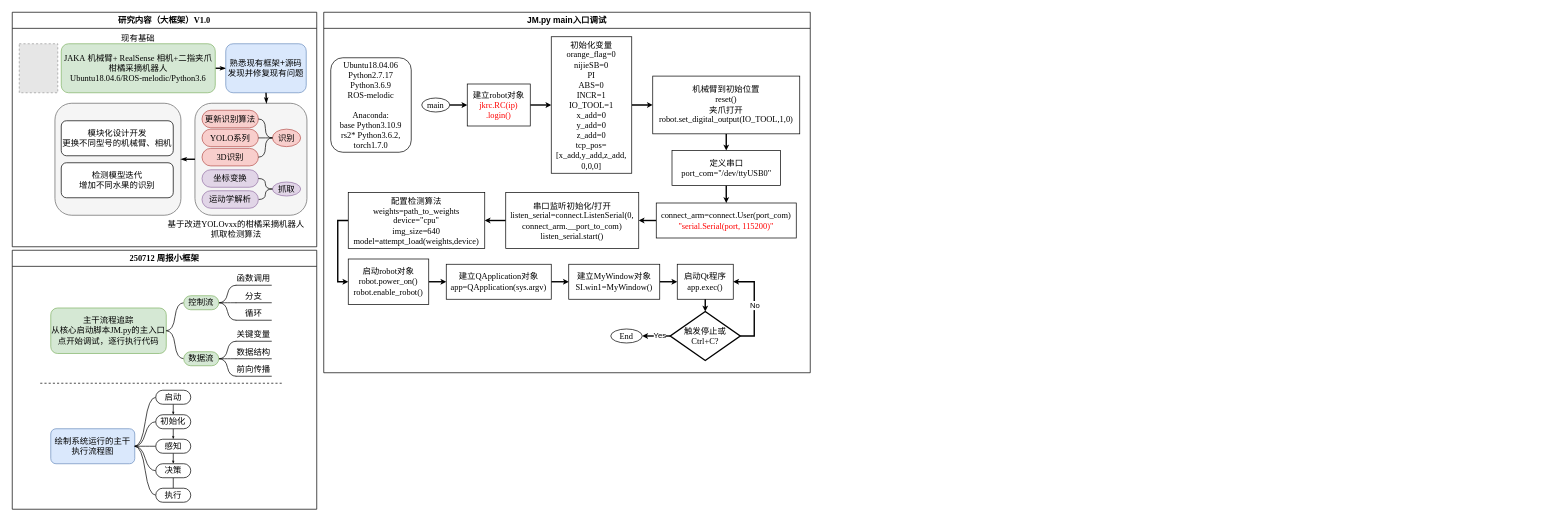
Before: Orange_robot.drawio in songshimiao/Figure_Chart, a draw.io diagram. Source tidied: cells renumbered, new cells numbered last; positions are measured from the earlier drawing's top-left corner, leaving out a move shared by most shapes. Both pictures are drawn from the tidied source at 70%, with x=0, y=0 at pixel (12, 12). Pictures stored in the file or linked from it are replaced by grey dashed boxes.
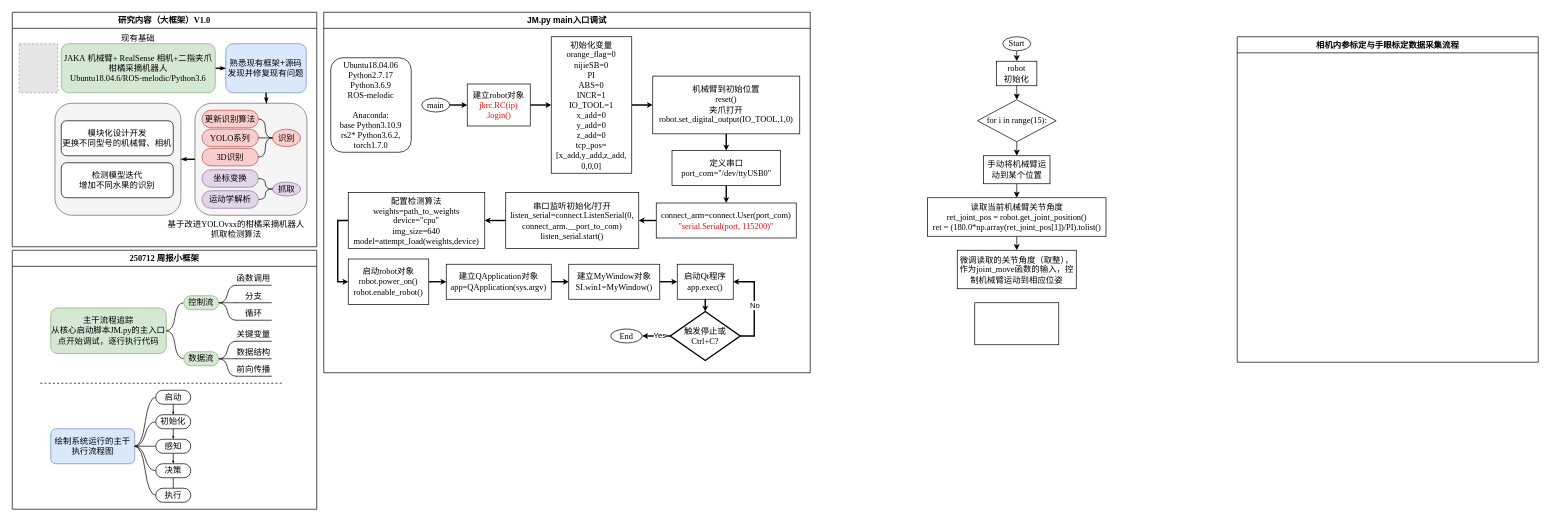
The same diagram, later.

Commit message:
"新增部分数据采集流程图"

Change to the diagram source:
```diff
@@
+    <mxCell id="107" value="相机内参标定与手眼标定数据采集流程" style="swimlane;whiteSpace=wrap;html=1;" parent="1" vertex="1">
+      <mxGeometry x="1750" y="35" width="430" height="465" as="geometry" />
+    </mxCell>
+    <mxCell id="108" style="edgeStyle=orthogonalEdgeStyle;rounded=0;jettySize=auto;html=1;exitX=0.5;exitY=1;exitDx=0;exitDy=0;entryX=0.5;entryY=0;entryDx=0;entryDy=0;" parent="1" edge="1" source="109" target="117">
+      <mxGeometry relative="1" as="geometry" />
+    </mxCell>
+    <mxCell id="109" value="&lt;font face=&quot;Times New Roman&quot;&gt;Start&lt;/font&gt;" style="ellipse;whiteSpace=wrap;html=1;" parent="1" vertex="1">
+      <mxGeometry x="1415" y="35" width="40" height="20" as="geometry" />
+    </mxCell>
+    <mxCell id="110" style="edgeStyle=orthogonalEdgeStyle;rounded=0;jettySize=auto;html=1;exitX=0.5;exitY=1;exitDx=0;exitDy=0;entryX=0.5;entryY=0;entryDx=0;entryDy=0;" parent="1" edge="1" source="111" target="113">
+      <mxGeometry relative="1" as="geometry" />
+    </mxCell>
+    <mxCell id="111" value="&lt;font face=&quot;Times New Roman&quot;&gt;for i in range(15):&lt;/font&gt;" style="rhombus;whiteSpace=wrap;html=1;" parent="1" vertex="1">
+      <mxGeometry x="1378.8" y="125" width="112.5" height="60" as="geometry" />
+    </mxCell>
+    <mxCell id="112" style="edgeStyle=orthogonalEdgeStyle;rounded=0;jettySize=auto;html=1;exitX=0.5;exitY=1;exitDx=0;exitDy=0;entryX=0.5;entryY=0;entryDx=0;entryDy=0;" parent="1" edge="1" source="113" target="115">
+      <mxGeometry relative="1" as="geometry" />
+    </mxCell>
+    <mxCell id="113" value="手动将机械臂运动到某个位置" style="rounded=0;whiteSpace=wrap;html=1;" parent="1" vertex="1">
+      <mxGeometry x="1387.5" y="205" width="95" height="40" as="geometry" />
+    </mxCell>
+    <mxCell id="114" style="edgeStyle=orthogonalEdgeStyle;rounded=0;jettySize=auto;html=1;exitX=0.5;exitY=1;exitDx=0;exitDy=0;entryX=0.5;entryY=0;entryDx=0;entryDy=0;" parent="1" edge="1" source="115" target="118">
+      <mxGeometry relative="1" as="geometry" />
+    </mxCell>
+    <mxCell id="115" value="&lt;div&gt;&lt;font face=&quot;宋体&quot;&gt;读取当前机械臂关节角度&lt;/font&gt;&lt;/div&gt;&lt;font face=&quot;Times New Roman&quot;&gt;ret_joint_pos = robot.get_joint_position()&lt;/font&gt;&lt;div&gt;&lt;font face=&quot;Times New Roman&quot;&gt;ret = (180.0*np.array(ret_joint_pos[1])/PI).tolist()&lt;/font&gt;&lt;/div&gt;" style="rounded=0;whiteSpace=wrap;html=1;" parent="1" vertex="1">
+      <mxGeometry x="1307.5" y="265" width="255" height="55" as="geometry" />
+    </mxCell>
+    <mxCell id="116" style="edgeStyle=orthogonalEdgeStyle;rounded=0;jettySize=auto;html=1;exitX=0.5;exitY=1;exitDx=0;exitDy=0;entryX=0.5;entryY=0;entryDx=0;entryDy=0;" parent="1" edge="1" source="117" target="111">
+      <mxGeometry relative="1" as="geometry" />
+    </mxCell>
+    <mxCell id="117" value="&lt;font face=&quot;Times New Roman&quot;&gt;robot&lt;/font&gt;&lt;div&gt;&lt;font face=&quot;宋体&quot;&gt;初始化&lt;/font&gt;&lt;/div&gt;" style="rounded=0;whiteSpace=wrap;html=1;" parent="1" vertex="1">
+      <mxGeometry x="1406.2" y="70" width="57.5" height="35" as="geometry" />
+    </mxCell>
+    <mxCell id="118" value="&lt;font face=&quot;宋体&quot;&gt;微调读取的关节角度（取整），作为&lt;/font&gt;&lt;font face=&quot;Times New Roman&quot;&gt;joint_move&lt;/font&gt;&lt;font face=&quot;宋体&quot;&gt;函数的输入，控制机械臂运动到相应位姿&lt;/font&gt;" style="rounded=0;whiteSpace=wrap;html=1;" parent="1" vertex="1">
+      <mxGeometry x="1350" y="340" width="170" height="55" as="geometry" />
+    </mxCell>
+    <mxCell id="119" style="rounded=0;whiteSpace=wrap;html=1;" parent="1" vertex="1">
+      <mxGeometry x="1375" y="415" width="120" height="60" as="geometry" />
+    </mxCell>
```
